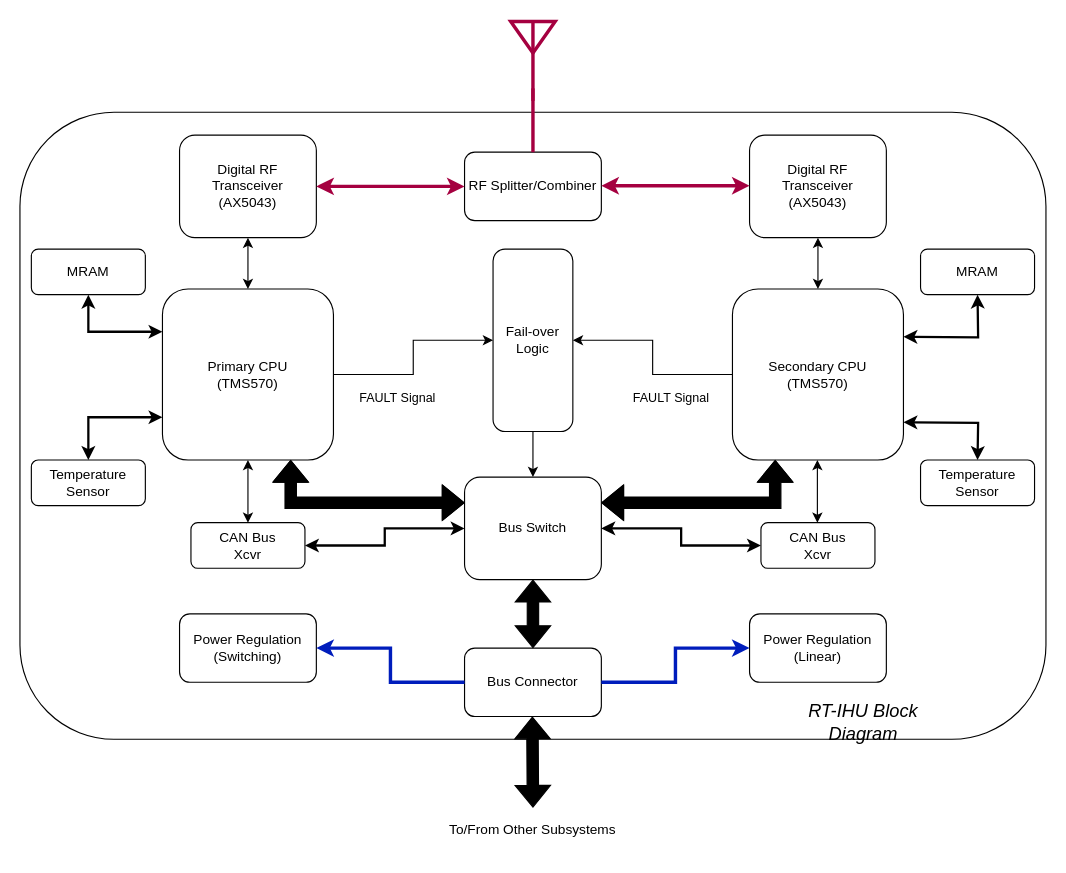
zmetzing/rt-ihu keeps this draw.io diagram as rt-ihu-block-diagram.drawio. Above is the earlier version. Source tidied: cells renumbered, new cells numbered last; positions are measured from the earlier drawing's top-left corner, leaving out a move shared by most shapes. Both pictures are drawn from the tidied source at 114%, with x=0, y=0 at pixel (19, 21).
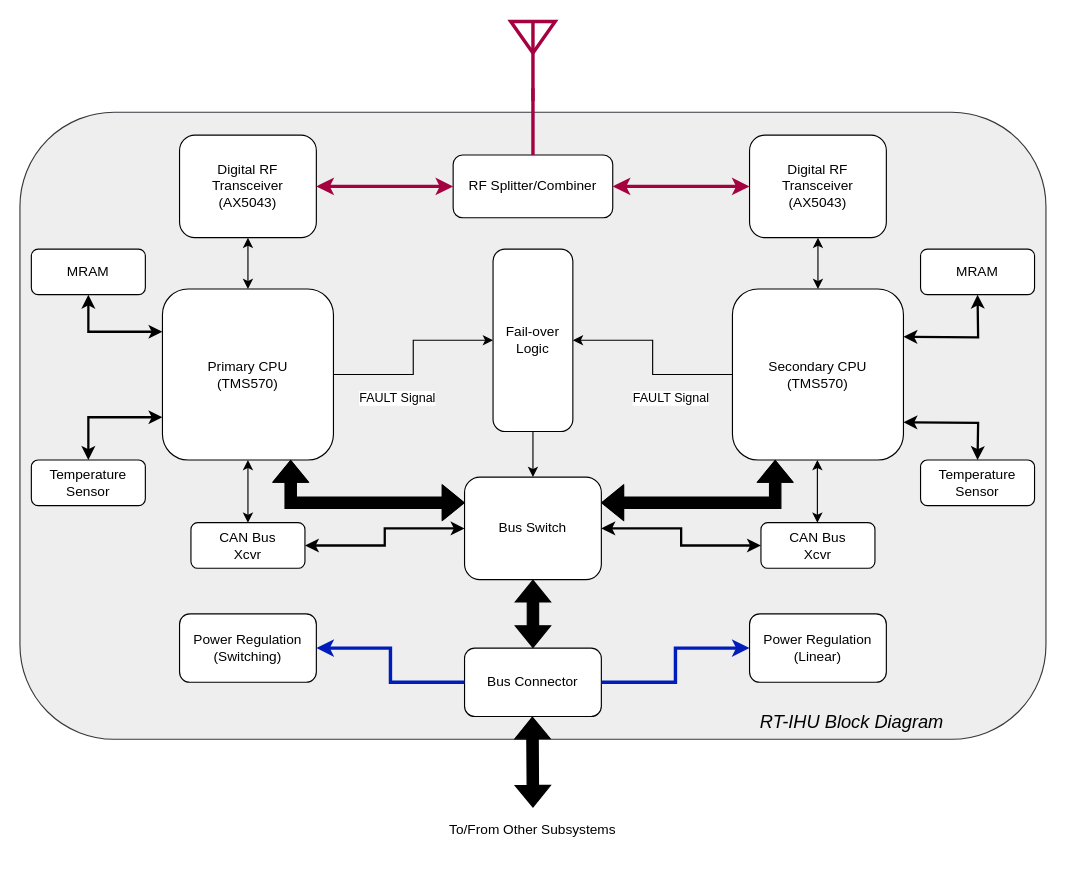
Above is the later version.

Change to the diagram source:
```diff
@@
-    <mxCell id="2" style="rounded=1;whiteSpace=wrap;html=1;labelPosition=center;verticalLabelPosition=bottom;align=center;verticalAlign=top;fontSize=12;" parent="1" vertex="1">
+    <mxCell id="2" style="rounded=1;whiteSpace=wrap;html=1;labelPosition=center;verticalLabelPosition=bottom;align=center;verticalAlign=top;fontSize=12;fillColor=#eeeeee;strokeColor=#36393d;" parent="1" vertex="1">
       <mxGeometry y="80" width="900" height="550" as="geometry" />
     </mxCell>
@@
     <mxCell id="28" value="&lt;div&gt;RF Splitter/Combiner&lt;/div&gt;" style="rounded=1;whiteSpace=wrap;html=1;" parent="1" vertex="1">
-      <mxGeometry x="390" y="115" width="120" height="60" as="geometry" />
+      <mxGeometry x="380" y="117.5" width="140" height="55" as="geometry" />
     </mxCell>
@@
-    <mxCell id="30" style="endArrow=classic;startArrow=classic;html=1;rounded=0;strokeWidth=3;exitX=1;exitY=0.5;exitDx=0;exitDy=0;entryX=0;entryY=0.5;entryDx=0;entryDy=0;fillColor=#d80073;strokeColor=#A50040;" parent="1" edge="1">
+    <mxCell id="30" style="endArrow=classic;startArrow=classic;html=1;rounded=0;strokeWidth=3;exitX=1;exitY=0.5;exitDx=0;exitDy=0;fillColor=#d80073;strokeColor=#A50040;" parent="1" edge="1" source="28">
       <mxGeometry relative="1" as="geometry">
-        <mxPoint x="510" y="144.5" as="sourcePoint" />
-        <mxPoint x="640" y="144.5" as="targetPoint" />
+        <mxPoint x="640" y="145" as="targetPoint" />
       </mxGeometry>
     </mxCell>
@@
     <mxCell id="41" value="RT-IHU Block Diagram" style="text;html=1;align=center;verticalAlign=middle;whiteSpace=wrap;rounded=0;fontSize=16;fontStyle=2;" parent="1" vertex="1">
-      <mxGeometry x="660" y="600" width="160" height="30" as="geometry" />
+      <mxGeometry x="640" y="600" width="180" height="30" as="geometry" />
     </mxCell>
```
